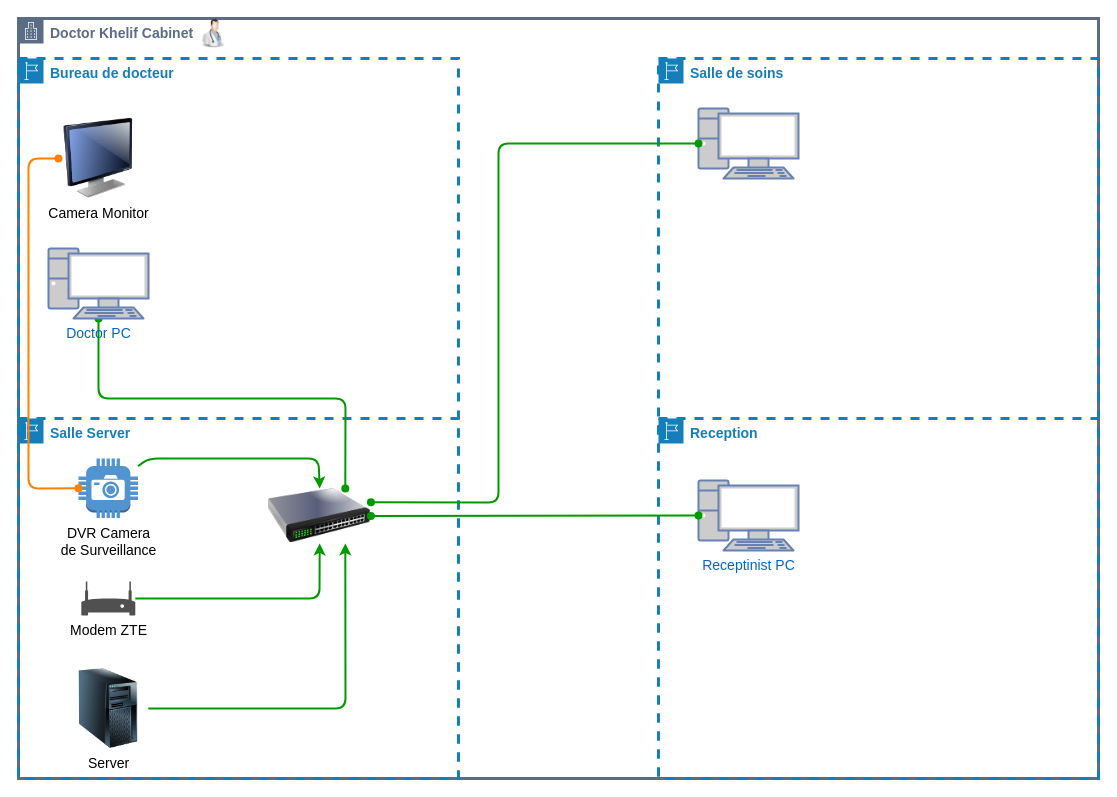
ElhabibTOUAOUA/DrawNetArch keeps this draw.io diagram as Clinic-Elwifak/Doctor-Khalef/architecture.dio. Above is the earlier version. Source tidied: cells renumbered, new cells numbered last; positions are measured from the earlier drawing's top-left corner, leaving out a move shared by most shapes. Both pictures are drawn from the tidied source at 100%, with x=0, y=0 at pixel (18, 18). Pictures stored in the file or linked from it are replaced by grey dashed boxes.
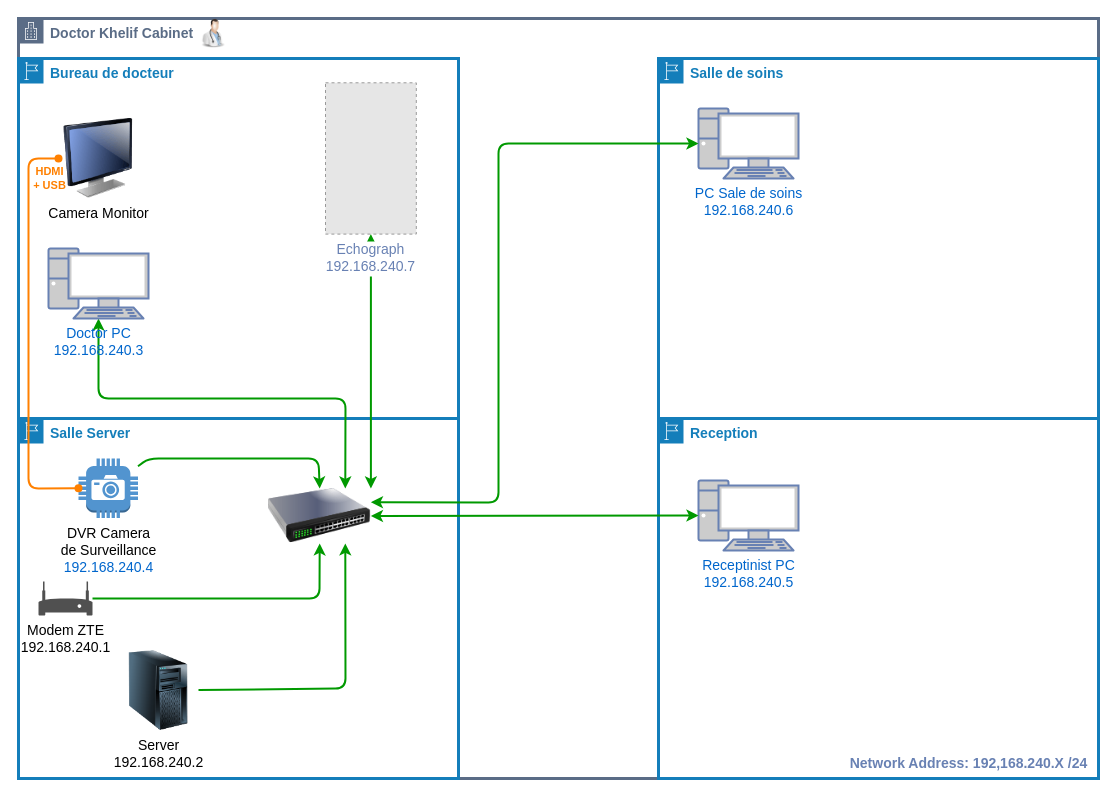
After the change.

Commit message (it also covers changes not shown here):
editing somethings in the Doctor-Khelif Architecture

Unchanged cells that the change refers to:
```xml
<mxCell id="2" value="&lt;b&gt;&lt;font style=&quot;font-size: 14px;&quot;&gt;Doctor Khelif Cabinet&lt;/font&gt;&lt;/b&gt;" style="gradientColor=none;html=1;whiteSpace=wrap;fontSize=12;fontStyle=0;shape=mxgraph.aws4.group;grIcon=mxgraph.aws4.group_corporate_data_center;strokeColor=#5A6C86;fillColor=none;verticalAlign=top;align=left;spacingLeft=30;fontColor=#5A6C86;dashed=0;strokeWidth=3;gradientDirection=north;" parent="1" vertex="1">
  <mxGeometry width="1080" height="760" as="geometry" />
</mxCell>
<mxCell id="9" style="image;html=1;image=img/lib/clip_art/networking/Switch_128x128.png;strokeWidth=3;fontSize=14;fillColor=none;gradientColor=none;gradientDirection=north;clipPath=inset(0% 0% 0% 0.79%);" parent="4" vertex="1">
  <mxGeometry x="250" y="70" width="102.4" height="54.9" as="geometry" />
</mxCell>
<mxCell id="15" style="edgeStyle=none;html=1;entryX=0;entryY=0.5;entryDx=0;entryDy=0;fontSize=14;strokeWidth=2;strokeColor=#FF8000;endArrow=oval;endFill=1;startArrow=oval;startFill=1;flowAnimation=1;" parent="3" edge="1" source="11" target="14">
  <mxGeometry relative="1" as="geometry">
    <Array as="points">
      <mxPoint x="10" y="430" />
      <mxPoint x="10" y="100" />
    </Array>
  </mxGeometry>
</mxCell>
```

The edit, as a diff of the source:
```diff
@@
-    <mxCell id="3" value="&lt;font style=&quot;font-size: 14px;&quot;&gt;&lt;b&gt;Bureau de docteur&lt;/b&gt;&lt;/font&gt;" style="gradientColor=none;html=1;whiteSpace=wrap;fontSize=12;fontStyle=0;shape=mxgraph.aws4.group;grIcon=mxgraph.aws4.group_region;strokeColor=#147EBA;fillColor=none;verticalAlign=top;align=left;spacingLeft=30;fontColor=#147EBA;dashed=1;strokeWidth=3;" parent="2" vertex="1">
+    <mxCell id="3" value="&lt;font style=&quot;font-size: 14px;&quot;&gt;&lt;b&gt;Bureau de docteur&lt;/b&gt;&lt;/font&gt;" style="gradientColor=none;html=1;whiteSpace=wrap;fontSize=12;fontStyle=0;shape=mxgraph.aws4.group;grIcon=mxgraph.aws4.group_region;strokeColor=#147EBA;fillColor=none;verticalAlign=top;align=left;spacingLeft=30;fontColor=#147EBA;strokeWidth=3;" parent="2" vertex="1">
       <mxGeometry y="40" width="440" height="720" as="geometry" />
     </mxCell>
-    <mxCell id="4" value="&lt;span style=&quot;font-size: 14px;&quot;&gt;&lt;b&gt;Salle Server&lt;/b&gt;&lt;/span&gt;" style="gradientColor=none;html=1;whiteSpace=wrap;fontSize=12;fontStyle=0;shape=mxgraph.aws4.group;grIcon=mxgraph.aws4.group_region;strokeColor=#147EBA;fillColor=none;verticalAlign=top;align=left;spacingLeft=30;fontColor=#147EBA;dashed=1;strokeWidth=3;" parent="3" vertex="1">
+    <mxCell id="4" value="&lt;span style=&quot;font-size: 14px;&quot;&gt;&lt;b&gt;Salle Server&lt;/b&gt;&lt;/span&gt;" style="gradientColor=none;html=1;whiteSpace=wrap;fontSize=12;fontStyle=0;shape=mxgraph.aws4.group;grIcon=mxgraph.aws4.group_region;strokeColor=#147EBA;fillColor=none;verticalAlign=top;align=left;spacingLeft=30;fontColor=#147EBA;strokeWidth=3;" parent="3" vertex="1">
       <mxGeometry y="360" width="440" height="360" as="geometry" />
     </mxCell>
     <mxCell id="5" style="edgeStyle=none;html=1;entryX=0.75;entryY=1;entryDx=0;entryDy=0;fontSize=14;strokeWidth=2;strokeColor=#009900;flowAnimation=1;" parent="4" edge="1" source="6" target="9">
       <mxGeometry relative="1" as="geometry">
         <Array as="points">
-          <mxPoint x="327" y="290" />
+          <mxPoint x="327" y="270" />
         </Array>
       </mxGeometry>
     </mxCell>
-    <mxCell id="6" value="Server" style="image;html=1;image=img/lib/clip_art/computers/Server_Tower_128x128.png;strokeWidth=3;fontSize=14;fillColor=none;gradientColor=none;gradientDirection=north;" parent="4" vertex="1">
-      <mxGeometry x="49.8" y="250" width="80" height="80" as="geometry" />
+    <mxCell id="6" value="Server&lt;br&gt;192.168.240.2" style="image;html=1;image=img/lib/clip_art/computers/Server_Tower_128x128.png;strokeWidth=3;fontSize=14;fillColor=none;gradientColor=none;gradientDirection=north;" parent="4" vertex="1">
+      <mxGeometry x="100" y="232" width="80" height="80" as="geometry" />
     </mxCell>
@@
-    <mxCell id="8" value="Modem ZTE" style="sketch=0;shadow=0;dashed=0;html=1;strokeColor=none;fillColor=#505050;labelPosition=center;verticalLabelPosition=bottom;verticalAlign=top;outlineConnect=0;align=center;shape=mxgraph.office.devices.modem;strokeWidth=3;fontSize=14;" parent="4" vertex="1">
-      <mxGeometry x="62.8" y="163" width="54" height="34" as="geometry" />
+    <mxCell id="8" value="Modem ZTE&lt;br&gt;192.168.240.1" style="shadow=0;dashed=0;html=1;strokeColor=none;fillColor=#505050;labelPosition=center;verticalLabelPosition=bottom;verticalAlign=top;outlineConnect=0;align=center;shape=mxgraph.office.devices.modem;strokeWidth=3;fontSize=14;" parent="4" vertex="1">
+      <mxGeometry x="20" y="163" width="54" height="34" as="geometry" />
     </mxCell>
@@
-    <mxCell id="11" value="DVR Camera &lt;br&gt;de Surveillance" style="outlineConnect=0;dashed=0;verticalLabelPosition=bottom;verticalAlign=top;align=center;html=1;shape=mxgraph.aws3.camera;fillColor=#5294CF;gradientColor=none;strokeWidth=3;fontSize=14;" parent="4" vertex="1">
+    <mxCell id="11" value="DVR Camera &lt;br&gt;de Surveillance&lt;br&gt;&lt;span style=&quot;color: rgb(0, 102, 204);&quot;&gt;192.168.240.4&lt;/span&gt;" style="outlineConnect=0;dashed=0;verticalLabelPosition=bottom;verticalAlign=top;align=center;html=1;shape=mxgraph.aws3.camera;fillColor=#5294CF;gradientColor=none;strokeWidth=3;fontSize=14;" parent="4" vertex="1">
       <mxGeometry x="60" y="40" width="59.5" height="59.5" as="geometry" />
     </mxCell>
-    <mxCell id="12" style="edgeStyle=none;html=1;entryX=0.75;entryY=0;entryDx=0;entryDy=0;strokeColor=#009900;strokeWidth=2;fontSize=14;startArrow=oval;startFill=1;endArrow=oval;endFill=1;flowAnimation=1;" parent="3" edge="1" source="13" target="9">
+    <mxCell id="12" style="edgeStyle=none;html=1;entryX=0.75;entryY=0;entryDx=0;entryDy=0;strokeColor=#009900;strokeWidth=2;fontSize=14;startArrow=classic;startFill=1;endArrow=classic;endFill=1;flowAnimation=1;" parent="3" edge="1" source="13" target="9">
       <mxGeometry relative="1" as="geometry">
         <Array as="points">
           <mxPoint x="80" y="340" />
           <mxPoint x="327" y="340" />
         </Array>
       </mxGeometry>
     </mxCell>
-    <mxCell id="13" value="Doctor PC" style="fontColor=#0066CC;verticalAlign=top;verticalLabelPosition=bottom;labelPosition=center;align=center;html=1;outlineConnect=0;fillColor=#CCCCCC;strokeColor=#6881B3;gradientColor=none;gradientDirection=north;strokeWidth=2;shape=mxgraph.networks.pc;fontSize=14;" parent="3" vertex="1">
+    <mxCell id="13" value="Doctor PC&lt;br&gt;192.168.240.3" style="fontColor=#0066CC;verticalAlign=top;verticalLabelPosition=bottom;labelPosition=center;align=center;html=1;outlineConnect=0;fillColor=#CCCCCC;strokeColor=#6881B3;gradientColor=none;gradientDirection=north;strokeWidth=2;shape=mxgraph.networks.pc;fontSize=14;" parent="3" vertex="1">
       <mxGeometry x="30" y="190" width="100" height="70" as="geometry" />
     </mxCell>
@@
+    <mxCell id="23" value="&lt;b&gt;&lt;font color=&quot;#ff8000&quot;&gt;HDMI&lt;br&gt;+ USB&lt;/font&gt;&lt;/b&gt;" style="edgeLabel;html=1;align=center;verticalAlign=middle;" parent="15" vertex="1">
+      <mxGeometry x="0.18" relative="1" as="geometry">
+        <mxPoint x="20" y="-119" as="offset" />
+      </mxGeometry>
+    </mxCell>
+    <mxCell id="24" style="edgeStyle=none;html=1;entryX=1;entryY=0;entryDx=0;entryDy=0;fontSize=14;fontColor=#6881B3;startArrow=classic;startFill=1;endArrow=classic;endFill=1;exitX=0.5;exitY=1;exitDx=0;exitDy=0;strokeWidth=2;strokeColor=#009900;flowAnimation=1;" parent="3" edge="1" source="25" target="9">
+      <mxGeometry relative="1" as="geometry" />
+    </mxCell>
+    <mxCell id="25" value="Echograph&#10;192.168.240.7" style="fillColor=#E6E6E6;strokeColor=#999999;dashed=1;verticalLabelPosition=bottom;labelBackgroundColor=default;verticalAlign=top;fontSize=14;fontStyle=0;fontColor=#6881B3;" parent="3" vertex="1">
+      <mxGeometry x="307" y="24.3" width="90.8" height="151.3" as="geometry" />
+    </mxCell>
-    <mxCell id="16" value="&lt;span style=&quot;font-size: 14px;&quot;&gt;&lt;b&gt;Salle de soins&lt;/b&gt;&lt;/span&gt;" style="gradientColor=none;html=1;whiteSpace=wrap;fontSize=12;fontStyle=0;shape=mxgraph.aws4.group;grIcon=mxgraph.aws4.group_region;strokeColor=#147EBA;fillColor=none;verticalAlign=top;align=left;spacingLeft=30;fontColor=#147EBA;dashed=1;strokeWidth=3;" parent="2" vertex="1">
+    <mxCell id="16" value="&lt;span style=&quot;font-size: 14px;&quot;&gt;&lt;b&gt;Salle de soins&lt;/b&gt;&lt;/span&gt;" style="gradientColor=none;html=1;whiteSpace=wrap;fontSize=12;fontStyle=0;shape=mxgraph.aws4.group;grIcon=mxgraph.aws4.group_region;strokeColor=#147EBA;fillColor=none;verticalAlign=top;align=left;spacingLeft=30;fontColor=#147EBA;strokeWidth=3;" parent="2" vertex="1">
       <mxGeometry x="640" y="40" width="440" height="720" as="geometry" />
     </mxCell>
-    <mxCell id="17" value="&lt;span style=&quot;font-size: 14px;&quot;&gt;&lt;b&gt;Reception&lt;/b&gt;&lt;/span&gt;" style="gradientColor=none;html=1;whiteSpace=wrap;fontSize=12;fontStyle=0;shape=mxgraph.aws4.group;grIcon=mxgraph.aws4.group_region;strokeColor=#147EBA;fillColor=none;verticalAlign=top;align=left;spacingLeft=30;fontColor=#147EBA;dashed=1;strokeWidth=3;" parent="16" vertex="1">
+    <mxCell id="17" value="&lt;span style=&quot;font-size: 14px;&quot;&gt;&lt;b&gt;Reception&lt;/b&gt;&lt;/span&gt;" style="gradientColor=none;html=1;whiteSpace=wrap;fontSize=12;fontStyle=0;shape=mxgraph.aws4.group;grIcon=mxgraph.aws4.group_region;strokeColor=#147EBA;fillColor=none;verticalAlign=top;align=left;spacingLeft=30;fontColor=#147EBA;strokeWidth=3;" parent="16" vertex="1">
       <mxGeometry y="360" width="440" height="360" as="geometry" />
     </mxCell>
-    <mxCell id="18" value="Receptinist PC" style="fontColor=#0066CC;verticalAlign=top;verticalLabelPosition=bottom;labelPosition=center;align=center;html=1;outlineConnect=0;fillColor=#CCCCCC;strokeColor=#6881B3;gradientColor=none;gradientDirection=north;strokeWidth=2;shape=mxgraph.networks.pc;fontSize=14;" parent="17" vertex="1">
+    <mxCell id="18" value="Receptinist PC&lt;br&gt;192.168.240.5" style="fontColor=#0066CC;verticalAlign=top;verticalLabelPosition=bottom;labelPosition=center;align=center;html=1;outlineConnect=0;fillColor=#CCCCCC;strokeColor=#6881B3;gradientColor=none;gradientDirection=north;strokeWidth=2;shape=mxgraph.networks.pc;fontSize=14;" parent="17" vertex="1">
       <mxGeometry x="40" y="62" width="100" height="70" as="geometry" />
     </mxCell>
+    <mxCell id="26" value="&lt;font size=&quot;1&quot; color=&quot;#6881b3&quot;&gt;&lt;b style=&quot;font-size: 14px;&quot;&gt;Network Address: 192,168.240.X /24&lt;/b&gt;&lt;/font&gt;" style="text;html=1;align=center;verticalAlign=middle;strokeColor=none;fillColor=none;fontColor=#FF8000;" parent="17" vertex="1">
+      <mxGeometry x="180" y="330" width="260" height="30" as="geometry" />
+    </mxCell>
-    <mxCell id="19" style="fontColor=#0066CC;verticalAlign=top;verticalLabelPosition=bottom;labelPosition=center;align=center;html=1;outlineConnect=0;fillColor=#CCCCCC;strokeColor=#6881B3;gradientColor=none;gradientDirection=north;strokeWidth=2;shape=mxgraph.networks.pc;fontSize=14;" parent="16" vertex="1">
+    <mxCell id="19" value="PC Sale de soins&lt;br&gt;192.168.240.6" style="fontColor=#0066CC;verticalAlign=top;verticalLabelPosition=bottom;labelPosition=center;align=center;html=1;outlineConnect=0;fillColor=#CCCCCC;strokeColor=#6881B3;gradientColor=none;gradientDirection=north;strokeWidth=2;shape=mxgraph.networks.pc;fontSize=14;" parent="16" vertex="1">
       <mxGeometry x="40" y="50" width="100" height="70" as="geometry" />
     </mxCell>
@@
-    <mxCell id="21" style="edgeStyle=none;html=1;entryX=1;entryY=0.25;entryDx=0;entryDy=0;strokeColor=#009900;strokeWidth=2;fontSize=14;startArrow=oval;startFill=1;endArrow=oval;endFill=1;flowAnimation=1;" parent="2" edge="1" source="19" target="9">
+    <mxCell id="21" style="edgeStyle=none;html=1;entryX=1;entryY=0.25;entryDx=0;entryDy=0;strokeColor=#009900;strokeWidth=2;fontSize=14;startArrow=classic;startFill=1;endArrow=classic;endFill=1;flowAnimation=1;" parent="2" edge="1" source="19" target="9">
       <mxGeometry relative="1" as="geometry">
         <Array as="points">
           <mxPoint x="480" y="125" />
           <mxPoint x="480" y="484" />
         </Array>
       </mxGeometry>
     </mxCell>
-    <mxCell id="22" style="edgeStyle=none;html=1;strokeColor=#009900;strokeWidth=2;fontSize=14;startArrow=oval;startFill=1;endArrow=oval;endFill=1;flowAnimation=1;" parent="2" edge="1" source="18" target="9">
+    <mxCell id="22" style="edgeStyle=none;html=1;strokeColor=#009900;strokeWidth=2;fontSize=14;startArrow=classic;startFill=1;endArrow=classic;endFill=1;flowAnimation=1;" parent="2" edge="1" source="18" target="9">
       <mxGeometry relative="1" as="geometry" />
     </mxCell>
```
